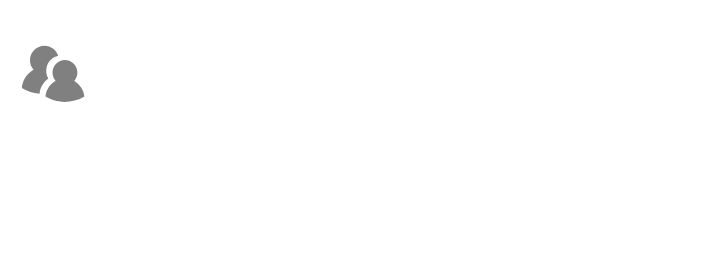
Above: mt小V.drawio in mineminemine123/work-wiki (draw.io), before the change. Source tidied: cells renumbered, new cells numbered last; positions are measured from the earlier drawing's top-left corner, leaving out a move shared by most shapes. Both pictures are drawn from the tidied source at 125%, with x=0, y=0 at pixel (21, 45). Pictures stored in the file or linked from it are replaced by grey dashed boxes.
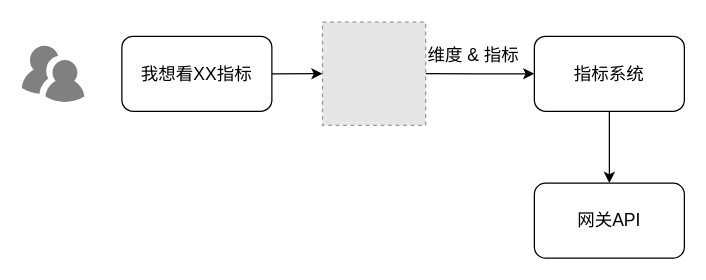
The same diagram, later.

Change to the diagram source:
```diff
@@
 <mxGraphModel>
   <root>
     <mxCell id="0" />
     <mxCell id="1" parent="0" />
     <mxCell id="2" style="verticalLabelPosition=bottom;sketch=0;html=1;fillColor=#808080;strokeColor=none;verticalAlign=top;align=center;shape=mxgraph.cisco_safe.people_places_things_icons.icon9;fontSize=14;" parent="1" vertex="1">
       <mxGeometry width="50" height="45" as="geometry" />
     </mxCell>
+    <mxCell id="3" style="edgeStyle=orthogonalEdgeStyle;rounded=0;jettySize=auto;html=1;exitX=1;exitY=0.5;exitDx=0;exitDy=0;entryX=0;entryY=0.5;entryDx=0;entryDy=0;strokeColor=#000000;strokeWidth=1;fontSize=14;fontColor=default;endArrow=classic;endFill=1;fillColor=#D79B00;" parent="1" edge="1" source="4" target="6">
+      <mxGeometry relative="1" as="geometry" />
+    </mxCell>
+    <mxCell id="4" value="我想看XX指标" style="rounded=1;whiteSpace=wrap;html=1;strokeColor=default;fontSize=14;fillColor=default;" parent="1" vertex="1">
+      <mxGeometry x="80" y="-7.5" width="120" height="60" as="geometry" />
+    </mxCell>
+    <mxCell id="5" style="edgeStyle=orthogonalEdgeStyle;rounded=0;jettySize=auto;html=1;exitX=1;exitY=0.5;exitDx=0;exitDy=0;strokeColor=#000000;strokeWidth=1;fontSize=14;fontColor=default;endArrow=classic;endFill=1;fillColor=#D79B00;" parent="1" edge="1" source="6" target="8">
+      <mxGeometry relative="1" as="geometry" />
+    </mxCell>
+    <mxCell id="6" style="fillColor=#E6E6E6;strokeColor=#999999;dashed=1;verticalLabelPosition=bottom;labelBackgroundColor=#808080;verticalAlign=top;fontColor=default;" parent="1" vertex="1">
+      <mxGeometry x="240.5" y="-18.8" width="82.5" height="82.5" as="geometry" />
+    </mxCell>
+    <mxCell id="7" style="edgeStyle=orthogonalEdgeStyle;rounded=0;jettySize=auto;html=1;exitX=0.5;exitY=1;exitDx=0;exitDy=0;entryX=0.5;entryY=0;entryDx=0;entryDy=0;strokeColor=#000000;strokeWidth=1;fontSize=14;fontColor=default;endArrow=classic;endFill=1;fillColor=#D79B00;" parent="1" edge="1" source="8" target="9">
+      <mxGeometry relative="1" as="geometry" />
+    </mxCell>
+    <mxCell id="8" value="指标系统" style="rounded=1;whiteSpace=wrap;html=1;strokeColor=default;fontSize=14;fillColor=default;" parent="1" vertex="1">
+      <mxGeometry x="410" y="-7.5" width="120" height="60" as="geometry" />
+    </mxCell>
+    <mxCell id="9" value="网关API" style="rounded=1;whiteSpace=wrap;html=1;strokeColor=default;fontSize=14;fillColor=default;" parent="1" vertex="1">
+      <mxGeometry x="410" y="110" width="120" height="60" as="geometry" />
+    </mxCell>
+    <mxCell id="10" value="维度 &amp;amp; 指标" style="text;html=1;strokeColor=none;fillColor=none;align=center;verticalAlign=middle;whiteSpace=wrap;rounded=0;fontSize=14;fontColor=default;" parent="1" vertex="1">
+      <mxGeometry x="323" y="-7.5" width="77" height="30" as="geometry" />
+    </mxCell>
   </root>
 </mxGraphModel>
```
